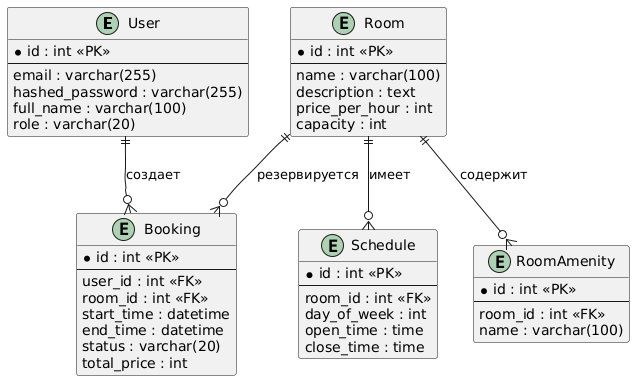
Before: docs/database_schema.png, a diagram exported from PlantUML (ruddos/space-booking). The source it was exported from:
```plantuml
@startuml
entity "User" as user {
  * id : int <<PK>>
  --
  email : varchar(255)
  hashed_password : varchar(255)
  full_name : varchar(100)
  role : varchar(20)
}

entity "Room" as room {
  * id : int <<PK>>
  --
  name : varchar(100)
  description : text
  price_per_hour : int
  capacity : int
}

entity "Schedule" as schedule {
  * id : int <<PK>>
  --
  room_id : int <<FK>>
  day_of_week : int
  open_time : time
  close_time : time
}

entity "Booking" as booking {
  * id : int <<PK>>
  --
  user_id : int <<FK>>
  room_id : int <<FK>>
  start_time : datetime
  end_time : datetime
  status : varchar(20)
  total_price : int
}

entity "RoomAmenity" as amenity {
  * id : int <<PK>>
  --
  room_id : int <<FK>>
  name : varchar(100)
}

room ||--o{ schedule : "имеет"
room ||--o{ amenity : "содержит"
room ||--o{ booking : "резервируется"
user ||--o{ booking : "создает"
@enduml
```
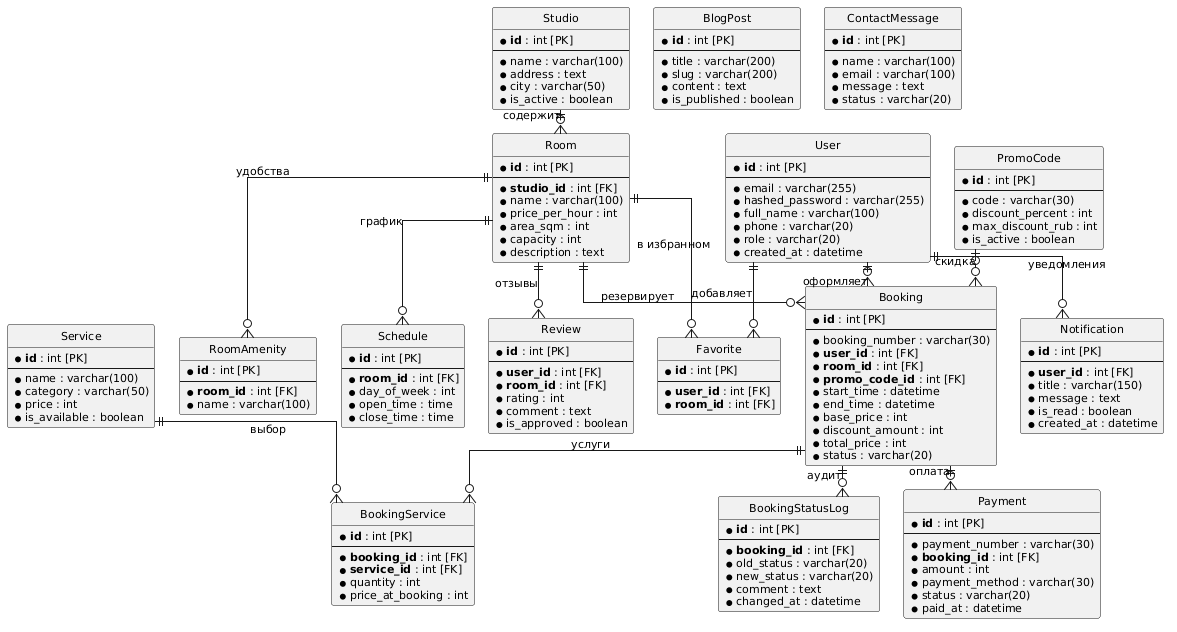
After the commit.

Commit message:
обновил диаграммы в readme

Change to the diagram source:
```diff
@@ -1,51 +1,183 @@
 @startuml
+skinparam monochrome true
+skinparam backgroundColor #FFFFFF
+skinparam shadowing false
+skinparam defaultFontName Arial
+skinparam defaultFontSize 11
+skinparam linetype ortho
+skinparam nodesep 24
+skinparam ranksep 24
+
+hide circle
+hide empty members
+
 entity "User" as user {
-  * id : int <<PK>>
+  * **id** : int [PK]
   --
-  email : varchar(255)
-  hashed_password : varchar(255)
-  full_name : varchar(100)
-  role : varchar(20)
+  * email : varchar(255)
+  * hashed_password : varchar(255)
+  * full_name : varchar(100)
+  * phone : varchar(20)
+  * role : varchar(20)
+  * created_at : datetime
+}
+
+entity "Studio" as studio {
+  * **id** : int [PK]
+  --
+  * name : varchar(100)
+  * address : text
+  * city : varchar(50)
+  * is_active : boolean
 }
 
 entity "Room" as room {
-  * id : int <<PK>>
+  * **id** : int [PK]
   --
-  name : varchar(100)
-  description : text
-  price_per_hour : int
-  capacity : int
+  * **studio_id** : int [FK]
+  * name : varchar(100)
+  * price_per_hour : int
+  * area_sqm : int
+  * capacity : int
+  * description : text
+}
+
+entity "RoomAmenity" as amenity {
+  * **id** : int [PK]
+  --
+  * **room_id** : int [FK]
+  * name : varchar(100)
 }
 
 entity "Schedule" as schedule {
-  * id : int <<PK>>
+  * **id** : int [PK]
   --
-  room_id : int <<FK>>
-  day_of_week : int
-  open_time : time
-  close_time : time
+  * **room_id** : int [FK]
+  * day_of_week : int
+  * open_time : time
+  * close_time : time
+}
+
+entity "Service" as service {
+  * **id** : int [PK]
+  --
+  * name : varchar(100)
+  * category : varchar(50)
+  * price : int
+  * is_available : boolean
+}
+
+entity "PromoCode" as promo {
+  * **id** : int [PK]
+  --
+  * code : varchar(30)
+  * discount_percent : int
+  * max_discount_rub : int
+  * is_active : boolean
 }
 
 entity "Booking" as booking {
-  * id : int <<PK>>
+  * **id** : int [PK]
   --
-  user_id : int <<FK>>
-  room_id : int <<FK>>
-  start_time : datetime
-  end_time : datetime
-  status : varchar(20)
-  total_price : int
+  * booking_number : varchar(30)
+  * **user_id** : int [FK]
+  * **room_id** : int [FK]
+  * **promo_code_id** : int [FK]
+  * start_time : datetime
+  * end_time : datetime
+  * base_price : int
+  * discount_amount : int
+  * total_price : int
+  * status : varchar(20)
 }
 
-entity "RoomAmenity" as amenity {
-  * id : int <<PK>>
+entity "BookingService" as b_service {
+  * **id** : int [PK]
   --
-  room_id : int <<FK>>
-  name : varchar(100)
+  * **booking_id** : int [FK]
+  * **service_id** : int [FK]
+  * quantity : int
+  * price_at_booking : int
 }
 
-room ||--o{ schedule : "имеет"
-room ||--o{ amenity : "содержит"
-room ||--o{ booking : "резервируется"
-user ||--o{ booking : "создает"
+entity "Payment" as payment {
+  * **id** : int [PK]
+  --
+  * payment_number : varchar(30)
+  * **booking_id** : int [FK]
+  * amount : int
+  * payment_method : varchar(30)
+  * status : varchar(20)
+  * paid_at : datetime
+}
+
+entity "BookingStatusLog" as status_log {
+  * **id** : int [PK]
+  --
+  * **booking_id** : int [FK]
+  * old_status : varchar(20)
+  * new_status : varchar(20)
+  * comment : text
+  * changed_at : datetime
+}
+
+entity "Notification" as notification {
+  * **id** : int [PK]
+  --
+  * **user_id** : int [FK]
+  * title : varchar(150)
+  * message : text
+  * is_read : boolean
+  * created_at : datetime
+}
+
+entity "Review" as review {
+  * **id** : int [PK]
+  --
+  * **user_id** : int [FK]
+  * **room_id** : int [FK]
+  * rating : int
+  * comment : text
+  * is_approved : boolean
+}
+
+entity "Favorite" as favorite {
+  * **id** : int [PK]
+  --
+  * **user_id** : int [FK]
+  * **room_id** : int [FK]
+}
+
+entity "BlogPost" as blog {
+  * **id** : int [PK]
+  --
+  * title : varchar(200)
+  * slug : varchar(200)
+  * content : text
+  * is_published : boolean
+}
+
+entity "ContactMessage" as contact {
+  * **id** : int [PK]
+  --
+  * name : varchar(100)
+  * email : varchar(100)
+  * message : text
+  * status : varchar(20)
+}
+
+studio ||--o{ room : "содержит"
+room ||--o{ schedule : "график"
+room ||--o{ amenity : "удобства"
+room ||--o{ review : "отзывы"
+room ||--o{ favorite : "в избранном"
+user ||--o{ favorite : "добавляет"
+user ||--o{ booking : "оформляет"
+room ||--o{ booking : "резервирует"
+promo |o--o{ booking : "скидка"
+booking ||--o{ b_service : "услуги"
+service ||--o{ b_service : "выбор"
+booking ||--o{ payment : "оплата"
+booking ||--o{ status_log : "аудит"
+user ||--o{ notification : "уведомления"
 @enduml
```
